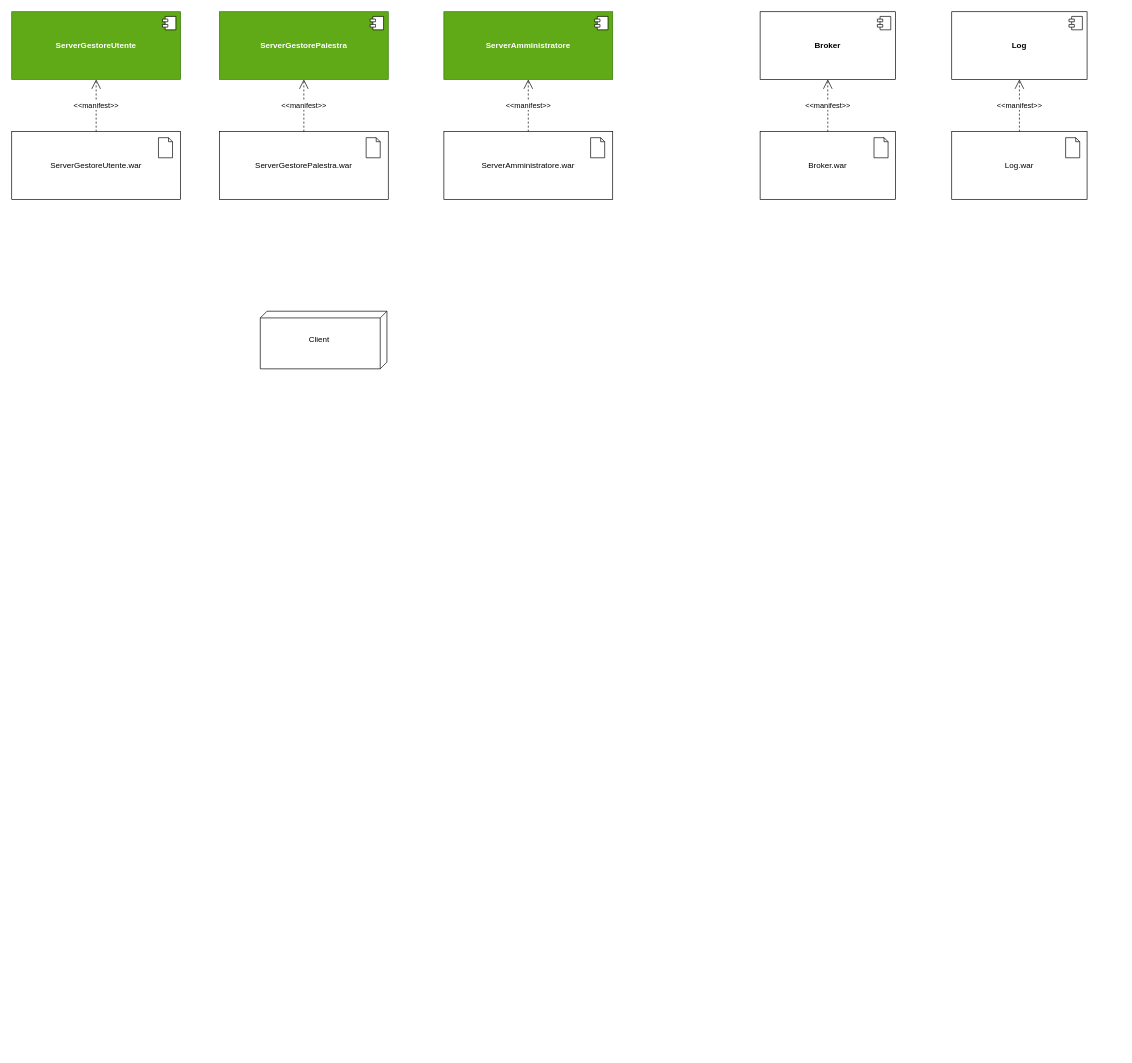
Before: Deployment.drawio in JosephBoom02/Progetto_Ingegneria_del_Software, a draw.io diagram. Source tidied: cells renumbered, new cells numbered last; positions are measured from the earlier drawing's top-left corner, leaving out a move shared by most shapes. Both pictures are drawn from the tidied source at 67%, with x=0, y=0 at pixel (11, 11).
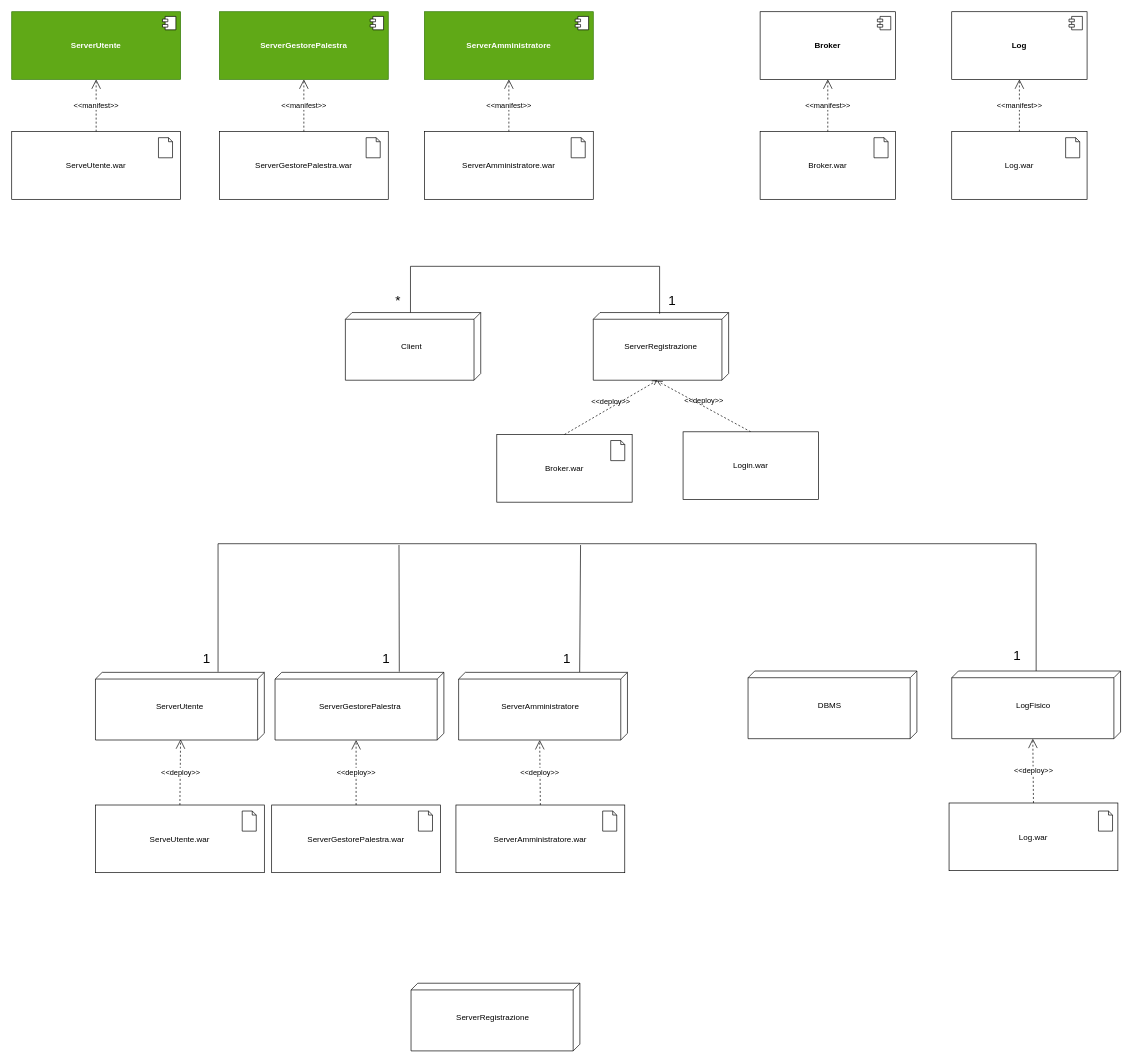
After the change.

Change to the diagram source:
```diff
@@
-    <mxCell id="7" value="&lt;b&gt;ServerGestoreUtente&lt;/b&gt;" style="html=1;whiteSpace=wrap;fillColor=#60a917;strokeColor=#2D7600;fontColor=#ffffff;" parent="1" vertex="1">
+    <mxCell id="7" value="&lt;b&gt;ServerUtente&lt;/b&gt;" style="html=1;whiteSpace=wrap;fillColor=#60a917;strokeColor=#2D7600;fontColor=#ffffff;" parent="1" vertex="1">
       <mxGeometry width="252" height="101" as="geometry" />
     </mxCell>
@@
-    <mxCell id="10" value="ServerGestoreUtente.war" style="html=1;whiteSpace=wrap;" parent="1" vertex="1">
+    <mxCell id="10" value="ServeUtente.war" style="html=1;whiteSpace=wrap;" parent="1" vertex="1">
       <mxGeometry y="179" width="252" height="101" as="geometry" />
     </mxCell>
@@
     <mxCell id="12" value="&lt;b&gt;ServerAmministratore&lt;/b&gt;" style="html=1;whiteSpace=wrap;fillColor=#60a917;strokeColor=#2D7600;fontColor=#ffffff;" parent="1" vertex="1">
-      <mxGeometry x="645" width="252" height="101" as="geometry" />
+      <mxGeometry x="616" width="252" height="101" as="geometry" />
     </mxCell>
@@
     <mxCell id="15" value="ServerAmministratore.war" style="html=1;whiteSpace=wrap;" parent="1" vertex="1">
-      <mxGeometry x="645" y="179" width="252" height="101" as="geometry" />
+      <mxGeometry x="616" y="179" width="252" height="101" as="geometry" />
     </mxCell>
     <mxCell id="16" style="html=1;verticalLabelPosition=bottom;align=center;labelBackgroundColor=#ffffff;verticalAlign=top;strokeWidth=1;shadow=0;dashed=0;shape=mxgraph.ios7.icons.document;" parent="1" vertex="1">
-      <mxGeometry x="864" y="188" width="21" height="30" as="geometry" />
+      <mxGeometry x="835" y="188" width="21" height="30" as="geometry" />
     </mxCell>
@@
     <mxCell id="27" value="&lt;div align=&quot;justify&quot;&gt;&lt;br&gt;&lt;/div&gt;" style="verticalAlign=top;align=left;spacingTop=8;spacingLeft=2;spacingRight=12;shape=cube;size=10;direction=south;fontStyle=4;html=1;whiteSpace=wrap;" parent="1" vertex="1">
-      <mxGeometry x="371" y="447" width="189" height="86" as="geometry" />
+      <mxGeometry x="498" y="449" width="202" height="101" as="geometry" />
     </mxCell>
     <mxCell id="28" value="Client" style="text;html=1;align=center;verticalAlign=middle;whiteSpace=wrap;rounded=0;" parent="1" vertex="1">
-      <mxGeometry x="429" y="475" width="60" height="30" as="geometry" />
+      <mxGeometry x="567" y="484.5" width="60" height="30" as="geometry" />
     </mxCell>
+    <mxCell id="29" value="&lt;div align=&quot;justify&quot;&gt;&lt;br&gt;&lt;/div&gt;" style="verticalAlign=top;align=left;spacingTop=8;spacingLeft=2;spacingRight=12;shape=cube;size=10;direction=south;fontStyle=4;html=1;whiteSpace=wrap;" parent="1" vertex="1">
+      <mxGeometry x="868" y="449" width="202" height="101" as="geometry" />
+    </mxCell>
+    <mxCell id="30" value="ServerRegistrazione" style="text;html=1;align=center;verticalAlign=middle;whiteSpace=wrap;rounded=0;" parent="1" vertex="1">
+      <mxGeometry x="939" y="484.5" width="60" height="30" as="geometry" />
+    </mxCell>
+    <mxCell id="31" style="endArrow=none;html=1;rounded=0;edgeStyle=elbowEdgeStyle;elbow=vertical;exitX=-0.002;exitY=0.519;exitDx=0;exitDy=0;exitPerimeter=0;entryX=0.017;entryY=0.51;entryDx=0;entryDy=0;entryPerimeter=0;" parent="1" edge="1" source="27" target="29">
+      <mxGeometry relative="1" as="geometry">
+        <Array as="points">
+          <mxPoint x="776" y="380" />
+        </Array>
+      </mxGeometry>
+    </mxCell>
+    <mxCell id="32" value="*" style="text;html=1;align=center;verticalAlign=middle;whiteSpace=wrap;rounded=0;fontSize=20;" parent="1" vertex="1">
+      <mxGeometry x="547" y="415" width="60" height="30" as="geometry" />
+    </mxCell>
+    <mxCell id="33" value="1" style="text;html=1;align=center;verticalAlign=middle;whiteSpace=wrap;rounded=0;fontSize=20;" parent="1" vertex="1">
+      <mxGeometry x="956" y="415" width="60" height="30" as="geometry" />
+    </mxCell>
+    <mxCell id="34" value="Broker.war" style="html=1;whiteSpace=wrap;" parent="1" vertex="1">
+      <mxGeometry x="724" y="631" width="202" height="101" as="geometry" />
+    </mxCell>
+    <mxCell id="35" style="html=1;verticalLabelPosition=bottom;align=center;labelBackgroundColor=#ffffff;verticalAlign=top;strokeWidth=1;shadow=0;dashed=0;shape=mxgraph.ios7.icons.document;" parent="1" vertex="1">
+      <mxGeometry x="894" y="640" width="21" height="30" as="geometry" />
+    </mxCell>
+    <mxCell id="36" value="&amp;lt;&amp;lt;deploy&amp;gt;&amp;gt;" style="html=1;verticalAlign=bottom;labelBackgroundColor=none;endArrow=open;endFill=0;dashed=1;rounded=0;exitX=0.5;exitY=0;exitDx=0;exitDy=0;entryX=0;entryY=0;entryDx=101;entryDy=106;entryPerimeter=0;" parent="1" edge="1" source="34" target="29">
+      <mxGeometry relative="1" as="geometry" />
+    </mxCell>
+    <mxCell id="37" value="&amp;lt;&amp;lt;deploy&amp;gt;&amp;gt;" style="html=1;verticalAlign=bottom;labelBackgroundColor=none;endArrow=open;endFill=0;dashed=1;rounded=0;exitX=0.5;exitY=0;exitDx=0;exitDy=0;" parent="1" edge="1" source="38">
+      <mxGeometry relative="1" as="geometry">
+        <mxPoint x="963" y="551" as="targetPoint" />
+      </mxGeometry>
+    </mxCell>
+    <mxCell id="38" value="Login.war" style="html=1;whiteSpace=wrap;" parent="1" vertex="1">
+      <mxGeometry x="1002" y="627" width="202" height="101" as="geometry" />
+    </mxCell>
+    <mxCell id="39" value="&lt;div align=&quot;justify&quot;&gt;&lt;br&gt;&lt;/div&gt;" style="verticalAlign=top;align=left;spacingTop=8;spacingLeft=2;spacingRight=12;shape=cube;size=10;direction=south;fontStyle=4;html=1;whiteSpace=wrap;" parent="1" vertex="1">
+      <mxGeometry x="125" y="986" width="252" height="101" as="geometry" />
+    </mxCell>
+    <mxCell id="40" value="ServerUtente" style="text;html=1;align=center;verticalAlign=middle;whiteSpace=wrap;rounded=0;" parent="1" vertex="1">
+      <mxGeometry x="221" y="1021.5" width="60" height="30" as="geometry" />
+    </mxCell>
+    <mxCell id="41" value="&lt;div align=&quot;justify&quot;&gt;&lt;br&gt;&lt;/div&gt;" style="verticalAlign=top;align=left;spacingTop=8;spacingLeft=2;spacingRight=12;shape=cube;size=10;direction=south;fontStyle=4;html=1;whiteSpace=wrap;" parent="1" vertex="1">
+      <mxGeometry x="393" y="986" width="252" height="101" as="geometry" />
+    </mxCell>
+    <mxCell id="42" value="ServerGestorePalestra" style="text;html=1;align=center;verticalAlign=middle;whiteSpace=wrap;rounded=0;" parent="1" vertex="1">
+      <mxGeometry x="490" y="1021.5" width="60" height="30" as="geometry" />
+    </mxCell>
+    <mxCell id="43" value="&lt;div align=&quot;justify&quot;&gt;&lt;br&gt;&lt;/div&gt;" style="verticalAlign=top;align=left;spacingTop=8;spacingLeft=2;spacingRight=12;shape=cube;size=10;direction=south;fontStyle=4;html=1;whiteSpace=wrap;" parent="1" vertex="1">
+      <mxGeometry x="667" y="986" width="252" height="101" as="geometry" />
+    </mxCell>
+    <mxCell id="44" value="ServerAmministratore" style="text;html=1;align=center;verticalAlign=middle;whiteSpace=wrap;rounded=0;" parent="1" vertex="1">
+      <mxGeometry x="759" y="1021.5" width="60" height="30" as="geometry" />
+    </mxCell>
+    <mxCell id="45" value="&amp;lt;&amp;lt;deploy&amp;gt;&amp;gt;" style="endArrow=open;endSize=12;dashed=1;html=1;rounded=0;entryX=0;entryY=0;entryDx=101;entryDy=131;exitX=0.5;exitY=0;exitDx=0;exitDy=0;entryPerimeter=0;" parent="1" edge="1" source="46" target="41">
+      <mxGeometry relative="1" as="geometry" />
+    </mxCell>
+    <mxCell id="46" value="ServerGestorePalestra.war" style="html=1;whiteSpace=wrap;" parent="1" vertex="1">
+      <mxGeometry x="388" y="1184" width="252" height="101" as="geometry" />
+    </mxCell>
+    <mxCell id="47" style="html=1;verticalLabelPosition=bottom;align=center;labelBackgroundColor=#ffffff;verticalAlign=top;strokeWidth=1;shadow=0;dashed=0;shape=mxgraph.ios7.icons.document;" parent="1" vertex="1">
+      <mxGeometry x="607" y="1193" width="21" height="30" as="geometry" />
+    </mxCell>
+    <mxCell id="48" value="&amp;lt;&amp;lt;deploy&amp;gt;&amp;gt;" style="endArrow=open;endSize=12;dashed=1;html=1;rounded=0;entryX=0.99;entryY=0.496;entryDx=0;entryDy=0;exitX=0.5;exitY=0;exitDx=0;exitDy=0;entryPerimeter=0;" parent="1" edge="1" source="49" target="39">
+      <mxGeometry relative="1" as="geometry" />
+    </mxCell>
+    <mxCell id="49" value="ServeUtente.war" style="html=1;whiteSpace=wrap;" parent="1" vertex="1">
+      <mxGeometry x="125" y="1184" width="252" height="101" as="geometry" />
+    </mxCell>
+    <mxCell id="50" style="html=1;verticalLabelPosition=bottom;align=center;labelBackgroundColor=#ffffff;verticalAlign=top;strokeWidth=1;shadow=0;dashed=0;shape=mxgraph.ios7.icons.document;" parent="1" vertex="1">
+      <mxGeometry x="344" y="1193" width="21" height="30" as="geometry" />
+    </mxCell>
+    <mxCell id="51" value="&amp;lt;&amp;lt;deploy&amp;gt;&amp;gt;" style="endArrow=open;endSize=12;dashed=1;html=1;rounded=0;entryX=0;entryY=0;entryDx=101;entryDy=131;exitX=0.5;exitY=0;exitDx=0;exitDy=0;entryPerimeter=0;" parent="1" edge="1" source="52" target="43">
+      <mxGeometry x="0.01" relative="1" as="geometry" />
+    </mxCell>
+    <mxCell id="52" value="ServerAmministratore.war" style="html=1;whiteSpace=wrap;" parent="1" vertex="1">
+      <mxGeometry x="663" y="1184" width="252" height="101" as="geometry" />
+    </mxCell>
+    <mxCell id="53" style="html=1;verticalLabelPosition=bottom;align=center;labelBackgroundColor=#ffffff;verticalAlign=top;strokeWidth=1;shadow=0;dashed=0;shape=mxgraph.ios7.icons.document;" parent="1" vertex="1">
+      <mxGeometry x="882" y="1193" width="21" height="30" as="geometry" />
+    </mxCell>
+    <mxCell id="54" value="&lt;div align=&quot;justify&quot;&gt;&lt;br&gt;&lt;/div&gt;" style="verticalAlign=top;align=left;spacingTop=8;spacingLeft=2;spacingRight=12;shape=cube;size=10;direction=south;fontStyle=4;html=1;whiteSpace=wrap;" parent="1" vertex="1">
+      <mxGeometry x="1099" y="984" width="252" height="101" as="geometry" />
+    </mxCell>
+    <mxCell id="55" value="DBMS" style="text;html=1;align=center;verticalAlign=middle;whiteSpace=wrap;rounded=0;" parent="1" vertex="1">
+      <mxGeometry x="1191" y="1019.5" width="60" height="30" as="geometry" />
+    </mxCell>
+    <mxCell id="56" value="&lt;div align=&quot;justify&quot;&gt;&lt;br&gt;&lt;/div&gt;" style="verticalAlign=top;align=left;spacingTop=8;spacingLeft=2;spacingRight=12;shape=cube;size=10;direction=south;fontStyle=4;html=1;whiteSpace=wrap;" parent="1" vertex="1">
+      <mxGeometry x="1403" y="984" width="252" height="101" as="geometry" />
+    </mxCell>
+    <mxCell id="57" value="LogFisico" style="text;html=1;align=center;verticalAlign=middle;whiteSpace=wrap;rounded=0;" parent="1" vertex="1">
+      <mxGeometry x="1495" y="1019.5" width="60" height="30" as="geometry" />
+    </mxCell>
+    <mxCell id="58" value="&amp;lt;&amp;lt;deploy&amp;gt;&amp;gt;" style="endArrow=open;endSize=12;dashed=1;html=1;rounded=0;entryX=0;entryY=0;entryDx=101;entryDy=131;exitX=0.5;exitY=0;exitDx=0;exitDy=0;entryPerimeter=0;" parent="1" edge="1" source="59" target="56">
+      <mxGeometry x="0.01" relative="1" as="geometry" />
+    </mxCell>
+    <mxCell id="59" value="Log.war" style="html=1;whiteSpace=wrap;" parent="1" vertex="1">
+      <mxGeometry x="1399" y="1181" width="252" height="101" as="geometry" />
+    </mxCell>
+    <mxCell id="60" style="html=1;verticalLabelPosition=bottom;align=center;labelBackgroundColor=#ffffff;verticalAlign=top;strokeWidth=1;shadow=0;dashed=0;shape=mxgraph.ios7.icons.document;" parent="1" vertex="1">
+      <mxGeometry x="1622" y="1193" width="21" height="30" as="geometry" />
+    </mxCell>
+    <mxCell id="61" style="endArrow=none;html=1;rounded=0;edgeStyle=elbowEdgeStyle;elbow=vertical;exitX=-0.008;exitY=0.274;exitDx=0;exitDy=0;exitPerimeter=0;" parent="1" edge="1" source="39" target="56">
+      <mxGeometry relative="1" as="geometry">
+        <Array as="points">
+          <mxPoint x="821" y="794" />
+        </Array>
+      </mxGeometry>
+    </mxCell>
+    <mxCell id="62" style="endArrow=none;html=1;rounded=0;exitX=-0.01;exitY=0.264;exitDx=0;exitDy=0;exitPerimeter=0;" parent="1" edge="1" source="41">
+      <mxGeometry relative="1" as="geometry">
+        <mxPoint x="578" y="796" as="targetPoint" />
+      </mxGeometry>
+    </mxCell>
+    <mxCell id="63" style="endArrow=none;html=1;rounded=0;exitX=-0.004;exitY=0.283;exitDx=0;exitDy=0;exitPerimeter=0;" parent="1" edge="1" source="43">
+      <mxGeometry relative="1" as="geometry">
+        <mxPoint x="849" y="796" as="targetPoint" />
+      </mxGeometry>
+    </mxCell>
+    <mxCell id="64" value="1" style="text;html=1;align=center;verticalAlign=middle;whiteSpace=wrap;rounded=0;fontSize=20;" parent="1" vertex="1">
+      <mxGeometry x="261" y="950" width="60" height="30" as="geometry" />
+    </mxCell>
+    <mxCell id="65" value="1" style="text;html=1;align=center;verticalAlign=middle;whiteSpace=wrap;rounded=0;fontSize=20;" parent="1" vertex="1">
+      <mxGeometry x="529" y="950" width="60" height="30" as="geometry" />
+    </mxCell>
+    <mxCell id="66" value="1" style="text;html=1;align=center;verticalAlign=middle;whiteSpace=wrap;rounded=0;fontSize=20;" parent="1" vertex="1">
+      <mxGeometry x="799" y="950" width="60" height="30" as="geometry" />
+    </mxCell>
+    <mxCell id="67" value="1" style="text;html=1;align=center;verticalAlign=middle;whiteSpace=wrap;rounded=0;fontSize=20;" parent="1" vertex="1">
+      <mxGeometry x="1475" y="945" width="52" height="30" as="geometry" />
+    </mxCell>
+    <mxCell id="68" value="&lt;div align=&quot;justify&quot;&gt;&lt;br&gt;&lt;/div&gt;" style="verticalAlign=top;align=left;spacingTop=8;spacingLeft=2;spacingRight=12;shape=cube;size=10;direction=south;fontStyle=4;html=1;whiteSpace=wrap;" parent="1" vertex="1">
+      <mxGeometry x="596" y="1450" width="252" height="101" as="geometry" />
+    </mxCell>
+    <mxCell id="69" value="ServerRegistrazione" style="text;html=1;align=center;verticalAlign=middle;whiteSpace=wrap;rounded=0;" parent="1" vertex="1">
+      <mxGeometry x="688" y="1485.5" width="60" height="30" as="geometry" />
+    </mxCell>
```
